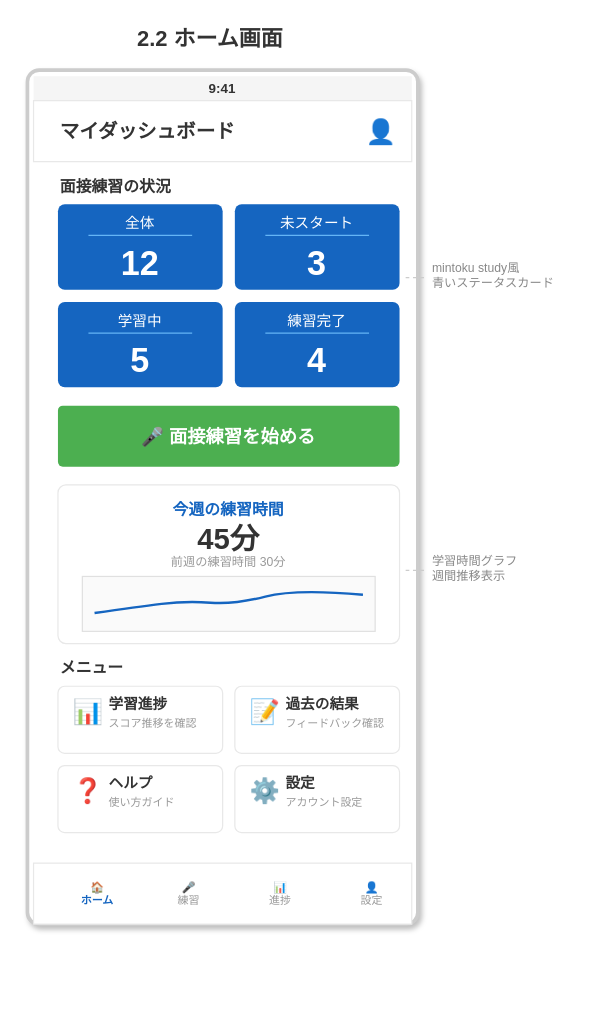
Earlier version of the draw.io diagram docs/images/画面設計書_2.2_ホーム.drawio (yoshidasendai115/ai-interview). Source tidied: cells renumbered, new cells numbered last; positions are measured from the earlier drawing's top-left corner, leaving out a move shared by most shapes. Both pictures are drawn from the tidied source at 122%, with x=0, y=0 at pixel (27, 21).
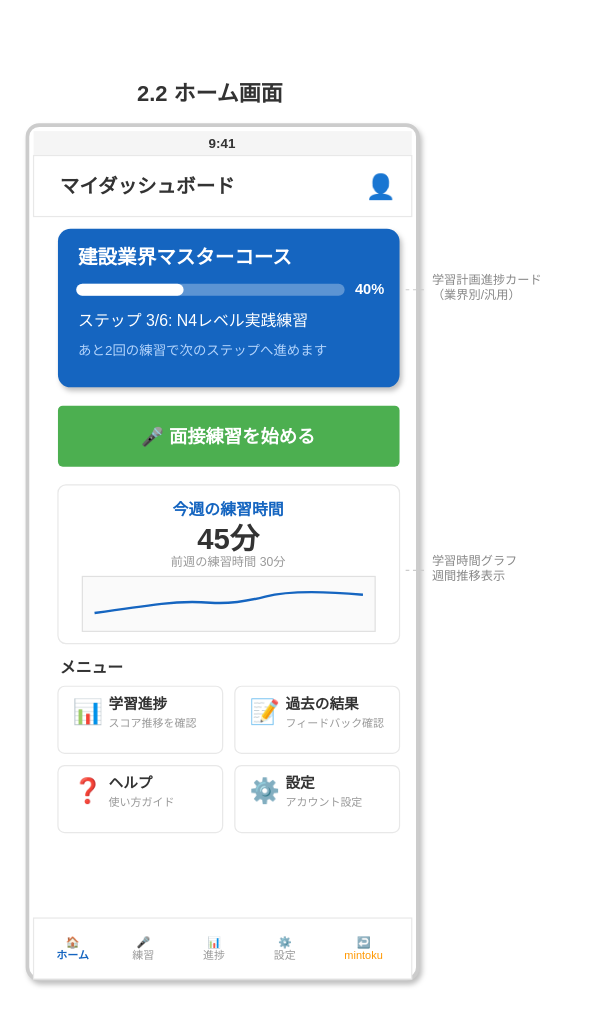
Above is the later version.

What changed in the source:
```diff
@@
     <mxCell id="2" value="2.2 ホーム画面" style="text;html=1;strokeColor=none;fillColor=none;align=center;verticalAlign=middle;whiteSpace=wrap;rounded=0;fontSize=18;fontStyle=1;fontColor=#333333;" parent="1" vertex="1">
-      <mxGeometry x="50" width="200" height="30" as="geometry" />
+      <mxGeometry x="50" y="45" width="200" height="30" as="geometry" />
     </mxCell>
     <mxCell id="3" style="rounded=1;whiteSpace=wrap;html=1;strokeColor=#CCCCCC;strokeWidth=3;fillColor=#FFFFFF;arcSize=3;shadow=1;" parent="1" vertex="1">
-      <mxGeometry y="40" width="320" height="700" as="geometry" />
+      <mxGeometry y="85" width="320" height="700" as="geometry" />
     </mxCell>
     <mxCell id="4" style="rounded=0;whiteSpace=wrap;html=1;fillColor=#f5f5f5;strokeColor=none;" parent="1" vertex="1">
-      <mxGeometry x="5" y="45" width="310" height="20" as="geometry" />
+      <mxGeometry x="5" y="90" width="310" height="20" as="geometry" />
     </mxCell>
     <mxCell id="5" value="9:41" style="text;html=1;strokeColor=none;fillColor=none;align=center;verticalAlign=middle;whiteSpace=wrap;rounded=0;fontSize=11;fontStyle=1;fontColor=#333333;" parent="1" vertex="1">
-      <mxGeometry x="135" y="45" width="50" height="20" as="geometry" />
+      <mxGeometry x="135" y="90" width="50" height="20" as="geometry" />
     </mxCell>
     <mxCell id="6" style="rounded=0;whiteSpace=wrap;html=1;fillColor=#FFFFFF;strokeColor=#E8E8E8;strokeWidth=1;" parent="1" vertex="1">
-      <mxGeometry x="5" y="65" width="310" height="50" as="geometry" />
+      <mxGeometry x="5" y="110" width="310" height="50" as="geometry" />
     </mxCell>
     <mxCell id="7" value="マイダッシュボード" style="text;html=1;strokeColor=none;fillColor=none;align=left;verticalAlign=middle;whiteSpace=wrap;rounded=0;fontSize=16;fontStyle=1;fontColor=#333333;" parent="1" vertex="1">
-      <mxGeometry x="25" y="75" width="150" height="30" as="geometry" />
+      <mxGeometry x="25" y="120" width="150" height="30" as="geometry" />
     </mxCell>
     <mxCell id="8" value="👤" style="text;html=1;strokeColor=none;fillColor=none;align=center;verticalAlign=middle;whiteSpace=wrap;rounded=0;fontSize=20;" parent="1" vertex="1">
-      <mxGeometry x="275" y="75" width="30" height="30" as="geometry" />
+      <mxGeometry x="275" y="120" width="30" height="30" as="geometry" />
     </mxCell>
-    <mxCell id="9" value="面接練習の状況" style="text;html=1;strokeColor=none;fillColor=none;align=left;verticalAlign=middle;whiteSpace=wrap;rounded=0;fontSize=13;fontStyle=1;fontColor=#333333;" parent="1" vertex="1">
-      <mxGeometry x="25" y="125" width="150" height="20" as="geometry" />
-    </mxCell>
-    <mxCell id="10" style="rounded=1;whiteSpace=wrap;html=1;fillColor=#1565C0;strokeColor=none;arcSize=8;" parent="1" vertex="1">
-      <mxGeometry x="25" y="150" width="135" height="70" as="geometry" />
-    </mxCell>
-    <mxCell id="11" value="全体" style="text;html=1;strokeColor=none;fillColor=none;align=center;verticalAlign=middle;whiteSpace=wrap;rounded=0;fontSize=12;fontColor=#FFFFFF;" parent="1" vertex="1">
-      <mxGeometry x="25" y="157" width="135" height="18" as="geometry" />
-    </mxCell>
-    <mxCell id="12" style="line;strokeWidth=1;html=1;strokeColor=#64B5F6;" parent="1" vertex="1">
-      <mxGeometry x="50" y="175" width="85" height="1" as="geometry" />
-    </mxCell>
-    <mxCell id="13" value="12" style="text;html=1;strokeColor=none;fillColor=none;align=center;verticalAlign=middle;whiteSpace=wrap;rounded=0;fontSize=28;fontStyle=1;fontColor=#FFFFFF;" parent="1" vertex="1">
-      <mxGeometry x="25" y="180" width="135" height="35" as="geometry" />
-    </mxCell>
-    <mxCell id="14" style="rounded=1;whiteSpace=wrap;html=1;fillColor=#1565C0;strokeColor=none;arcSize=8;" parent="1" vertex="1">
-      <mxGeometry x="170" y="150" width="135" height="70" as="geometry" />
-    </mxCell>
-    <mxCell id="15" value="未スタート" style="text;html=1;strokeColor=none;fillColor=none;align=center;verticalAlign=middle;whiteSpace=wrap;rounded=0;fontSize=12;fontColor=#FFFFFF;" parent="1" vertex="1">
-      <mxGeometry x="170" y="157" width="135" height="18" as="geometry" />
-    </mxCell>
-    <mxCell id="16" style="line;strokeWidth=1;html=1;strokeColor=#64B5F6;" parent="1" vertex="1">
-      <mxGeometry x="195" y="175" width="85" height="1" as="geometry" />
-    </mxCell>
-    <mxCell id="17" value="3" style="text;html=1;strokeColor=none;fillColor=none;align=center;verticalAlign=middle;whiteSpace=wrap;rounded=0;fontSize=28;fontStyle=1;fontColor=#FFFFFF;" parent="1" vertex="1">
-      <mxGeometry x="170" y="180" width="135" height="35" as="geometry" />
-    </mxCell>
-    <mxCell id="18" style="rounded=1;whiteSpace=wrap;html=1;fillColor=#1565C0;strokeColor=none;arcSize=8;" parent="1" vertex="1">
-      <mxGeometry x="25" y="230" width="135" height="70" as="geometry" />
-    </mxCell>
-    <mxCell id="19" value="学習中" style="text;html=1;strokeColor=none;fillColor=none;align=center;verticalAlign=middle;whiteSpace=wrap;rounded=0;fontSize=12;fontColor=#FFFFFF;" parent="1" vertex="1">
-      <mxGeometry x="25" y="237" width="135" height="18" as="geometry" />
-    </mxCell>
-    <mxCell id="20" style="line;strokeWidth=1;html=1;strokeColor=#64B5F6;" parent="1" vertex="1">
-      <mxGeometry x="50" y="255" width="85" height="1" as="geometry" />
-    </mxCell>
-    <mxCell id="21" value="5" style="text;html=1;strokeColor=none;fillColor=none;align=center;verticalAlign=middle;whiteSpace=wrap;rounded=0;fontSize=28;fontStyle=1;fontColor=#FFFFFF;" parent="1" vertex="1">
-      <mxGeometry x="25" y="260" width="135" height="35" as="geometry" />
-    </mxCell>
-    <mxCell id="22" style="rounded=1;whiteSpace=wrap;html=1;fillColor=#1565C0;strokeColor=none;arcSize=8;" parent="1" vertex="1">
-      <mxGeometry x="170" y="230" width="135" height="70" as="geometry" />
-    </mxCell>
-    <mxCell id="23" value="練習完了" style="text;html=1;strokeColor=none;fillColor=none;align=center;verticalAlign=middle;whiteSpace=wrap;rounded=0;fontSize=12;fontColor=#FFFFFF;" parent="1" vertex="1">
-      <mxGeometry x="170" y="237" width="135" height="18" as="geometry" />
-    </mxCell>
-    <mxCell id="24" style="line;strokeWidth=1;html=1;strokeColor=#64B5F6;" parent="1" vertex="1">
-      <mxGeometry x="195" y="255" width="85" height="1" as="geometry" />
-    </mxCell>
-    <mxCell id="25" value="4" style="text;html=1;strokeColor=none;fillColor=none;align=center;verticalAlign=middle;whiteSpace=wrap;rounded=0;fontSize=28;fontStyle=1;fontColor=#FFFFFF;" parent="1" vertex="1">
-      <mxGeometry x="170" y="260" width="135" height="35" as="geometry" />
-    </mxCell>
+    <mxCell id="59" style="rounded=1;whiteSpace=wrap;html=1;fillColor=#1565C0;strokeColor=none;arcSize=8;shadow=1;" parent="1" vertex="1">
+      <mxGeometry x="25" y="170" width="280" height="130" as="geometry" />
+    </mxCell>
+    <mxCell id="60" value="建設業界マスターコース" style="text;html=1;strokeColor=none;fillColor=none;align=left;verticalAlign=middle;whiteSpace=wrap;rounded=0;fontSize=16;fontStyle=1;fontColor=#FFFFFF;" parent="1" vertex="1">
+      <mxGeometry x="40" y="180" width="250" height="25" as="geometry" />
+    </mxCell>
+    <mxCell id="61" style="rounded=1;whiteSpace=wrap;html=1;fillColor=#FFFFFF;fillOpacity=30;strokeColor=none;arcSize=50;" parent="1" vertex="1">
+      <mxGeometry x="40" y="215" width="220" height="10" as="geometry" />
+    </mxCell>
+    <mxCell id="62" style="rounded=1;whiteSpace=wrap;html=1;fillColor=#FFFFFF;strokeColor=none;arcSize=50;" parent="1" vertex="1">
+      <mxGeometry x="40" y="215" width="88" height="10" as="geometry" />
+    </mxCell>
+    <mxCell id="63" value="40%" style="text;html=1;strokeColor=none;fillColor=none;align=right;verticalAlign=middle;whiteSpace=wrap;rounded=0;fontSize=12;fontStyle=1;fontColor=#FFFFFF;" parent="1" vertex="1">
+      <mxGeometry x="260" y="210" width="35" height="20" as="geometry" />
+    </mxCell>
+    <mxCell id="64" value="ステップ 3/6: N4レベル実践練習" style="text;html=1;strokeColor=none;fillColor=none;align=left;verticalAlign=middle;whiteSpace=wrap;rounded=0;fontSize=13;fontColor=#FFFFFF;" parent="1" vertex="1">
+      <mxGeometry x="40" y="235" width="250" height="20" as="geometry" />
+    </mxCell>
+    <mxCell id="65" value="あと2回の練習で次のステップへ進めます" style="text;html=1;strokeColor=none;fillColor=none;align=left;verticalAlign=middle;whiteSpace=wrap;rounded=0;fontSize=11;fontColor=#B3D4FC;" parent="1" vertex="1">
+      <mxGeometry x="40" y="260" width="250" height="20" as="geometry" />
+    </mxCell>
@@
     <mxCell id="50" style="rounded=0;whiteSpace=wrap;html=1;fillColor=#FFFFFF;strokeColor=#E8E8E8;strokeWidth=1;" parent="1" vertex="1">
-      <mxGeometry x="5" y="690" width="310" height="50" as="geometry" />
+      <mxGeometry x="5" y="735" width="310" height="50" as="geometry" />
     </mxCell>
     <mxCell id="51" value="🏠&#10;ホーム" style="text;html=1;strokeColor=none;fillColor=none;align=center;verticalAlign=middle;whiteSpace=wrap;rounded=0;fontSize=9;fontColor=#1565C0;fontStyle=1;" parent="1" vertex="1">
-      <mxGeometry x="30" y="695" width="55" height="40" as="geometry" />
+      <mxGeometry x="10" y="740" width="55" height="40" as="geometry" />
     </mxCell>
     <mxCell id="52" value="🎤&#10;練習" style="text;html=1;strokeColor=none;fillColor=none;align=center;verticalAlign=middle;whiteSpace=wrap;rounded=0;fontSize=9;fontColor=#999999;" parent="1" vertex="1">
-      <mxGeometry x="105" y="695" width="55" height="40" as="geometry" />
+      <mxGeometry x="68" y="740" width="55" height="40" as="geometry" />
     </mxCell>
     <mxCell id="53" value="📊&#10;進捗" style="text;html=1;strokeColor=none;fillColor=none;align=center;verticalAlign=middle;whiteSpace=wrap;rounded=0;fontSize=9;fontColor=#999999;" parent="1" vertex="1">
-      <mxGeometry x="180" y="695" width="55" height="40" as="geometry" />
+      <mxGeometry x="126" y="740" width="55" height="40" as="geometry" />
     </mxCell>
-    <mxCell id="54" value="👤&#10;設定" style="text;html=1;strokeColor=none;fillColor=none;align=center;verticalAlign=middle;whiteSpace=wrap;rounded=0;fontSize=9;fontColor=#999999;" parent="1" vertex="1">
-      <mxGeometry x="255" y="695" width="55" height="40" as="geometry" />
+    <mxCell id="54" value="⚙️&#10;設定" style="text;html=1;strokeColor=none;fillColor=none;align=center;verticalAlign=middle;whiteSpace=wrap;rounded=0;fontSize=9;fontColor=#999999;" parent="1" vertex="1">
+      <mxGeometry x="184" y="740" width="55" height="40" as="geometry" />
     </mxCell>
+    <mxCell id="66" value="↩️&#10;mintoku" style="text;html=1;strokeColor=none;fillColor=none;align=center;verticalAlign=middle;whiteSpace=wrap;rounded=0;fontSize=9;fontColor=#FF9800;" parent="1" vertex="1">
+      <mxGeometry x="242" y="740" width="68" height="40" as="geometry" />
+    </mxCell>
-    <mxCell id="55" value="mintoku study風&#10;青いステータスカード" style="text;html=1;strokeColor=none;fillColor=none;align=left;verticalAlign=middle;whiteSpace=wrap;rounded=0;fontSize=10;fontColor=#888888;" parent="1" vertex="1">
-      <mxGeometry x="330" y="190" width="130" height="35" as="geometry" />
+    <mxCell id="55" value="学習計画進捗カード&#10;（業界別/汎用）" style="text;html=1;strokeColor=none;fillColor=none;align=left;verticalAlign=middle;whiteSpace=wrap;rounded=0;fontSize=10;fontColor=#888888;" parent="1" vertex="1">
+      <mxGeometry x="330" y="200" width="130" height="35" as="geometry" />
     </mxCell>
     <mxCell id="56" style="endArrow=none;html=1;strokeColor=#CCCCCC;strokeWidth=1;dashed=1;" parent="1" edge="1">
       <mxGeometry relative="1" as="geometry">
-        <mxPoint x="310" y="210" as="sourcePoint" />
-        <mxPoint x="325" y="210" as="targetPoint" />
+        <mxPoint x="310" y="220" as="sourcePoint" />
+        <mxPoint x="325" y="220" as="targetPoint" />
       </mxGeometry>
     </mxCell>
```
